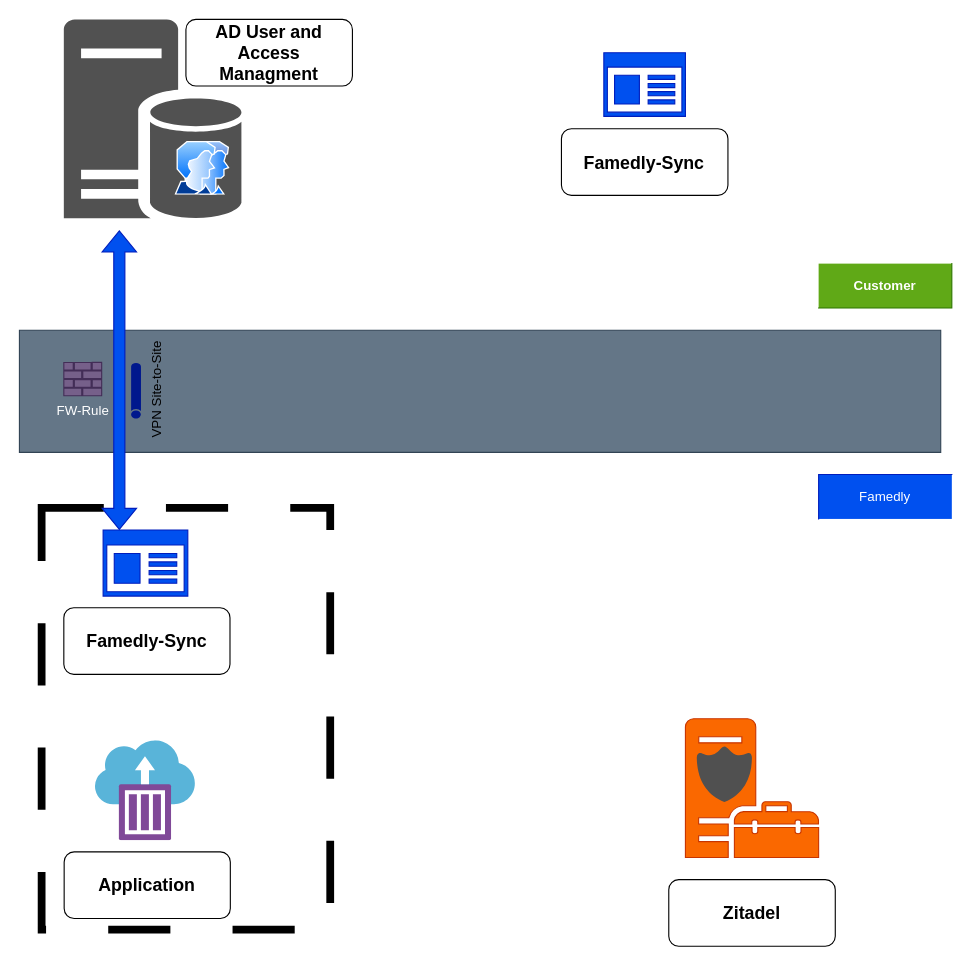
DimitrijaGj/coursera keeps this draw.io diagram as Famedly_diagram.drawio. Above is the earlier version. Source tidied: cells renumbered, new cells numbered last; positions are measured from the earlier drawing's top-left corner, leaving out a move shared by most shapes. Both pictures are drawn from the tidied source at 111%, with x=0, y=0 at pixel (19, 19).
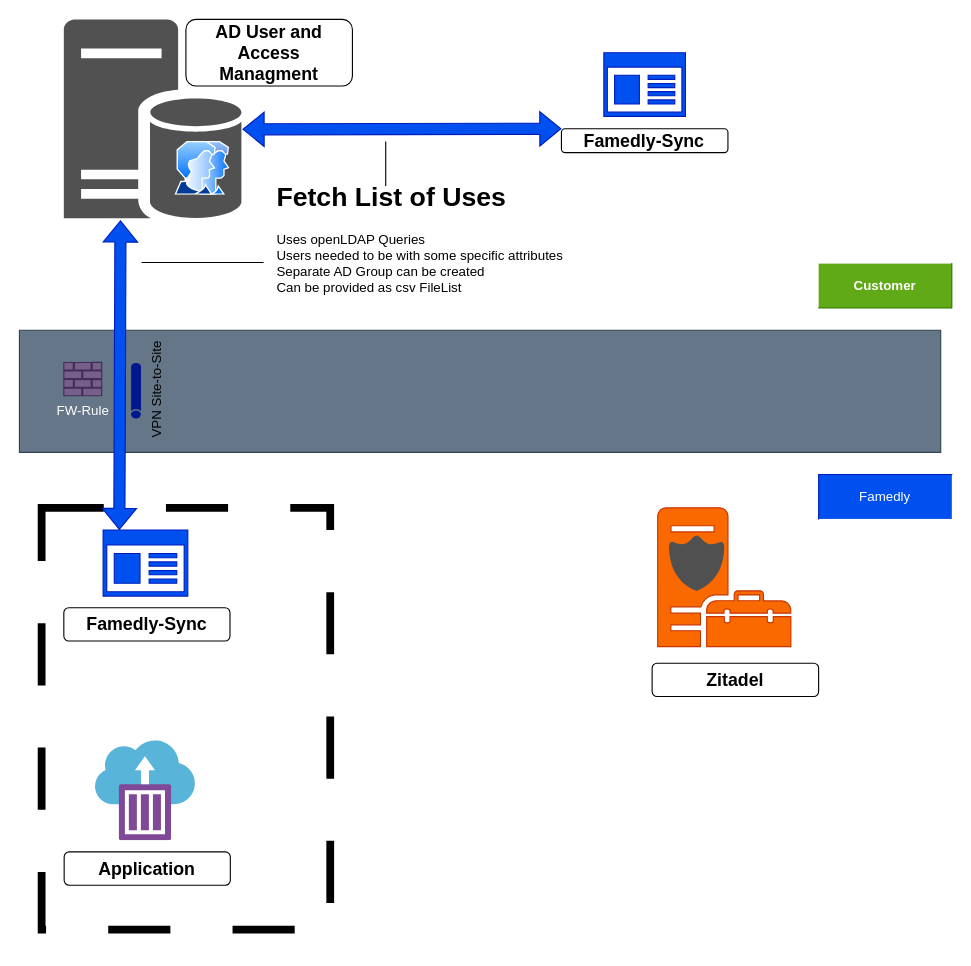
The same page after the edit.

Commit message:
updated LDAP Query

The change refers to these unchanged cells:
```xml
<mxCell id="6" style="sketch=0;shadow=0;dashed=0;html=1;strokeColor=none;labelPosition=center;verticalLabelPosition=bottom;verticalAlign=top;align=center;fillColor=#515151;shape=mxgraph.mscae.enterprise.database_server;" parent="1" vertex="1">
  <mxGeometry x="40" width="160" height="180" as="geometry" />
</mxCell>
```

What changed in the source:
```diff
@@
     <mxCell id="11" value="&lt;b&gt;&lt;font style=&quot;font-size: 16px; color: light-dark(rgb(0, 0, 0), rgb(255, 255, 255));&quot;&gt;Famedly-Sync&lt;/font&gt;&lt;/b&gt;" style="rounded=1;whiteSpace=wrap;html=1;" parent="1" vertex="1">
-      <mxGeometry x="488.3" y="98.5" width="150" height="60" as="geometry" />
+      <mxGeometry x="488.3" y="98.5" width="150" height="21.5" as="geometry" />
     </mxCell>
     <mxCell id="12" value="&lt;b&gt;&lt;font style=&quot;font-size: 16px;&quot;&gt;Famedly-Sync&lt;/font&gt;&lt;/b&gt;" style="rounded=1;whiteSpace=wrap;html=1;" parent="1" vertex="1">
-      <mxGeometry x="40" y="530" width="149.7" height="60" as="geometry" />
+      <mxGeometry x="40" y="530" width="149.7" height="30" as="geometry" />
     </mxCell>
     <mxCell id="13" style="sketch=0;shadow=0;dashed=0;html=1;strokeColor=#C73500;labelPosition=center;verticalLabelPosition=bottom;verticalAlign=top;align=center;fillColor=#fa6800;shape=mxgraph.mscae.system_center.management_point;fontColor=#000000;" parent="1" vertex="1">
-      <mxGeometry x="600" y="630" width="120" height="125" as="geometry" />
+      <mxGeometry x="575" y="440" width="120" height="125" as="geometry" />
     </mxCell>
     <mxCell id="14" style="sketch=0;shadow=0;dashed=0;html=1;strokeColor=none;labelPosition=center;verticalLabelPosition=bottom;verticalAlign=top;align=center;fillColor=#505050;shape=mxgraph.mscae.oms.security;" parent="1" vertex="1">
-      <mxGeometry x="610" y="655" width="50" height="50" as="geometry" />
+      <mxGeometry x="585" y="464.8" width="50" height="50" as="geometry" />
     </mxCell>
     <mxCell id="15" value="&lt;b&gt;&lt;font style=&quot;font-size: 16px;&quot;&gt;Zitadel&lt;/font&gt;&lt;/b&gt;" style="rounded=1;whiteSpace=wrap;html=1;" parent="1" vertex="1">
-      <mxGeometry x="585" y="775" width="150" height="60" as="geometry" />
+      <mxGeometry x="570" y="580" width="150" height="30" as="geometry" />
     </mxCell>
@@
     <mxCell id="17" value="&lt;b&gt;&lt;font style=&quot;font-size: 16px;&quot;&gt;Application&lt;/font&gt;&lt;/b&gt;" style="rounded=1;whiteSpace=wrap;html=1;" parent="1" vertex="1">
-      <mxGeometry x="40.3" y="750" width="149.7" height="60" as="geometry" />
+      <mxGeometry x="40.3" y="750" width="149.7" height="30" as="geometry" />
     </mxCell>
-    <mxCell id="18" style="shape=flexArrow;endArrow=classic;startArrow=classic;html=1;rounded=0;exitX=0.178;exitY=0;exitDx=0;exitDy=0;exitPerimeter=0;fillColor=#0050ef;strokeColor=#001DBC;" parent="1" edge="1">
+    <mxCell id="18" style="shape=flexArrow;endArrow=classic;startArrow=classic;html=1;rounded=0;exitX=0.178;exitY=0;exitDx=0;exitDy=0;exitPerimeter=0;fillColor=#0050ef;strokeColor=#001DBC;entryX=0.319;entryY=1.006;entryDx=0;entryDy=0;entryPerimeter=0;" parent="1" edge="1" target="6">
       <mxGeometry relative="1" as="geometry">
         <mxPoint x="90" y="460" as="sourcePoint" />
-        <mxPoint x="90" y="190" as="targetPoint" />
       </mxGeometry>
     </mxCell>
@@
+    <mxCell id="21" style="shape=flexArrow;endArrow=classic;startArrow=classic;html=1;rounded=0;fillColor=#0050ef;strokeColor=#001DBC;exitX=0;exitY=0;exitDx=0;exitDy=0;entryX=1.006;entryY=0.55;entryDx=0;entryDy=0;entryPerimeter=0;" parent="1" edge="1" source="11" target="6">
+      <mxGeometry relative="1" as="geometry" />
+    </mxCell>
+    <mxCell id="22" value="&lt;h1 style=&quot;margin-top: 0px;&quot;&gt;&lt;span style=&quot;background-color: transparent; color: light-dark(rgb(0, 0, 0), rgb(255, 255, 255));&quot;&gt;Fetch List of Uses&lt;/span&gt;&lt;/h1&gt;&lt;div&gt;&lt;span style=&quot;background-color: transparent;&quot;&gt;&lt;div style=&quot;&quot;&gt;Uses openLDAP Queries&lt;/div&gt;&lt;div style=&quot;&quot;&gt;Users needed to be with some specific attributes&lt;/div&gt;&lt;div style=&quot;&quot;&gt;Separate AD Group can be created&lt;/div&gt;&lt;div style=&quot;&quot;&gt;Can be provided as csv FileList&lt;/div&gt;&lt;/span&gt;&lt;/div&gt;" style="text;html=1;whiteSpace=wrap;overflow=hidden;rounded=0;" parent="1" vertex="1">
+      <mxGeometry x="230" y="140" width="280" height="120" as="geometry" />
+    </mxCell>
+    <mxCell id="23" style="endArrow=none;html=1;rounded=0;" parent="1" edge="1">
+      <mxGeometry relative="1" as="geometry">
+        <mxPoint x="110" y="219" as="sourcePoint" />
+        <mxPoint x="220" y="219" as="targetPoint" />
+      </mxGeometry>
+    </mxCell>
+    <mxCell id="24" style="endArrow=none;html=1;rounded=0;" parent="1" edge="1">
+      <mxGeometry relative="1" as="geometry">
+        <mxPoint x="330" y="150" as="sourcePoint" />
+        <mxPoint x="330" y="110" as="targetPoint" />
+      </mxGeometry>
+    </mxCell>
```
